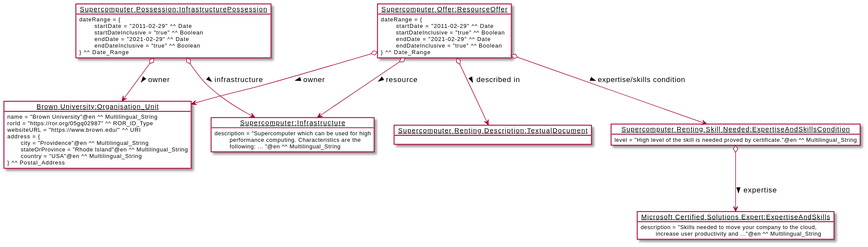
Above: UC3/example.svg in EuroCRIS/CERIF-Refactoring-ModelUseCases (PlantUML), before the change.
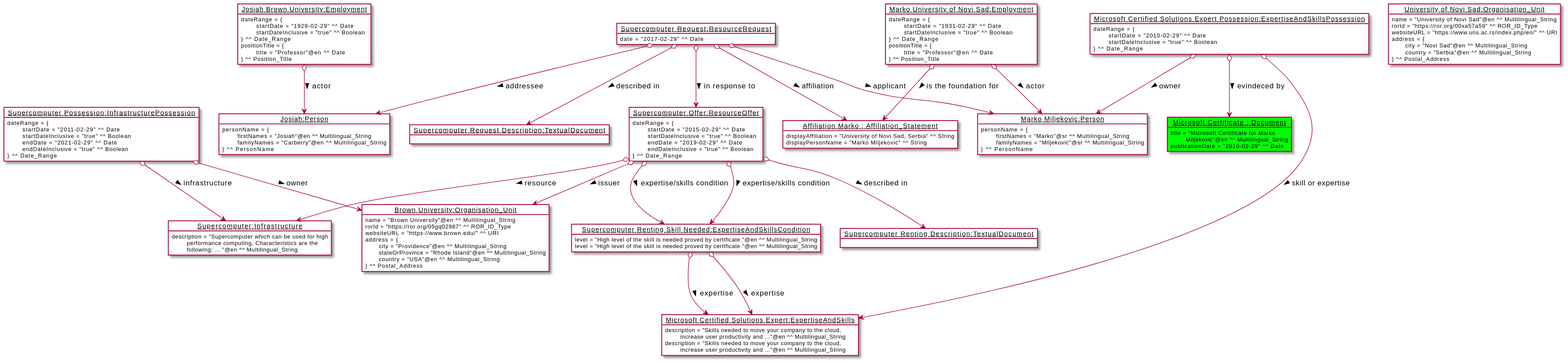
After the commit.

Diff of the diagram source:
```diff
@@ -10,26 +10,85 @@
 
     !endsub
 
-    !startsub institutions
+    !startsub agents
 
         object "<u>Brown University:Organisation_Unit</u>" as BrownUniversity #ffffff {
-                name = "Brown University"@en ^^ Multilingual_String
-                rorId = "https://ror.org/05gq02987" ^^ ROR_ID_Type
-                websiteURL = "https://www.brown.edu/" ^^ URI
-                address = {
-                \tcity = "Providence"@en ^^ Multilingual_String
-                \tstateOrProvince = "Rhode Island"@en ^^ Multilingual_String
-                \tcountry = "USA"@en ^^ Multilingual_String
-                } ^^ Postal_Address
+            name = "Brown University"@en ^^ Multilingual_String
+            rorId = "https://ror.org/05gq02987" ^^ ROR_ID_Type
+            websiteURL = "https://www.brown.edu/" ^^ URI
+            address = {
+            \tcity = "Providence"@en ^^ Multilingual_String
+            \tstateOrProvince = "Rhode Island"@en ^^ Multilingual_String
+            \tcountry = "USA"@en ^^ Multilingual_String
+            } ^^ Postal_Address
         }
 
+        object "<u>Josiah:Person</u>" as Josiah #ffffff {
+           personName = {
+           \t firstNames = "Josiah"@en ^^ Multilingual_String
+           \t familyNames = "Carberry"@en ^^ Multilingual_String
+           } ^^ PersonName
+        }
+
+        object "<u>Josiah Brown University:Employment</u>" as JosiahBrownUniversity #ffffff {
+            dateRange = {
+            \t startDate = "1929-02-29" ^^ Date
+            \t startDateInclusive = "true" ^^ Boolean
+            } ^^ Date_Range
+            positionTitle = {
+            \t title = "Professor"@en ^^ Date
+            } ^^ Position_Title
+        }
+
+        JosiahBrownUniversity o--> Josiah : actor >
+
+        object "<u>University of Novi Sad:Organisation_Unit</u>" as NoviSadUniversity #ffffff {
+            name = "University of Novi Sad"@en ^^ Multilingual_String
+            rorId = "https://ror.org/00xa57a59" ^^ ROR_ID_Type
+            websiteURL = "https://www.uns.ac.rs/index.php/en/" ^^ URI
+            address = {
+            \tcity = "Novi Sad"@en ^^ Multilingual_String
+            \tcountry = "Serbia"@en ^^ Multilingual_String
+            } ^^ Postal_Address
+        }
+
+        object "<u>Marko Miljekovic:Person</u>" as Marko #ffffff {
+           personName = {
+           \t firstNames = "Marko"@sr ^^ Multilingual_String
+           \t familyNames = "Miljeković"@sr ^^ Multilingual_String
+           } ^^ PersonName
+        }
+
+        object "<u>Marko University of Novi Sad:Employment</u>" as MarkoNoviSadUniversity #ffffff {
+            dateRange = {
+            \t startDate = "1931-02-29" ^^ Date
+            \t startDateInclusive = "true" ^^ Boolean
+            } ^^ Date_Range
+            positionTitle = {
+            \t title = "Professor"@en ^^ Date
+            } ^^ Position_Title
+        }
+
+        MarkoNoviSadUniversity o--> Marko : actor >
+
+        object "<u>Affiliation Marko : Affiliation_Statement</u>" as AffiliationMarko #ffffff {
+             displayAffiliation = "University of Novi Sad, Serbia" ^^ String
+             displayPersonName = "Marko Miljeković" ^^ String
+        }
+
+        MarkoNoviSadUniversity o--> AffiliationMarko : is the foundation for >
+
+    !endsub
+
+    !startsub resource
+
         object "<u>Supercomputer Possession:InfrastructurePossession</u>" as SupercomputerPossession #ffffff {
-                dateRange = {
-                \t startDate = "2011-02-29" ^^ Date
-                \t startDateInclusive = "true" ^^ Boolean
-                \t endDate = "2021-02-29" ^^ Date
-                \t endDateInclusive = "true" ^^ Boolean
-                } ^^ Date_Range
+            dateRange = {
+            \t startDate = "2011-02-29" ^^ Date
+            \t startDateInclusive = "true" ^^ Boolean
+            \t endDate = "2021-02-29" ^^ Date
+            \t endDateInclusive = "true" ^^ Boolean
+            } ^^ Date_Range
         }
 
         SupercomputerPossession o--> BrownUniversity : owner >
@@ -41,30 +100,17 @@
     !startsub resourceOffer
 
         object "<u>Supercomputer Offer:ResourceOffer</u>" as SupercomputerOffer #ffffff {
-                dateRange = {
-                \t startDate = "2011-02-29" ^^ Date
-                \t startDateInclusive = "true" ^^ Boolean
-                \t endDate = "2021-02-29" ^^ Date
-                \t endDateInclusive = "true" ^^ Boolean
-                } ^^ Date_Range
+            dateRange = {
+            \t startDate = "2015-02-29" ^^ Date
+            \t startDateInclusive = "true" ^^ Boolean
+            \t endDate = "2019-02-29" ^^ Date
+            \t endDateInclusive = "true" ^^ Boolean
+            } ^^ Date_Range
         }
 
-        SupercomputerOffer o--> BrownUniversity : owner >
+        SupercomputerOffer o--> BrownUniversity : issuer >
 
         SupercomputerOffer o--> Supercomputer : resource >
-
-        object "<u>Supercomputer Renting Skill Needed:ExpertiseAndSkillsCondition</u>" as SupercomputerRentingSkillNeeded #ffffff {
-                level = "High level of the skill is needed proved by certificate."@en ^^ Multilingual_String
-        }
-
-        SupercomputerOffer o--> SupercomputerRentingSkillNeeded : expertise/skills condition >
-
-        object "<u>Microsoft Certified Solutions Expert:ExpertiseAndSkills</u>" as MicrosoftCertifiedSolutionsExpert #ffffff {
-                description = "Skills needed to move your company to the cloud,
-                \t increase user productivity and ..."@en ^^ Multilingual_String
-        }
-
-        SupercomputerRentingSkillNeeded o--> MicrosoftCertifiedSolutionsExpert : expertise >
 
         object "<u>Supercomputer Renting Description:TextualDocument</u>" as SupercomputerRentingDescription #ffffff {
         }
@@ -75,7 +121,71 @@
 
     !startsub resourceRequest
 
+        object "<u>Supercomputer Request:ResourceRequest</u>" as SupercomputerRequest #ffffff {
+            date = "2017-02-29" ^^ Date
+        }
 
+        SupercomputerRequest o--> Marko : applicant >
+
+        SupercomputerRequest o--> AffiliationMarko : affiliation >
+
+        SupercomputerRequest o--> Josiah : addressee >
+
+        SupercomputerRequest o--> SupercomputerOffer : in response to >
+
+        object "<u>Supercomputer Renting Skill Needed:ExpertiseAndSkillsCondition</u>" as SupercomputerRentingSkillNeeded #ffffff {
+            level = "High level of the skill is needed proved by certificate."@en ^^ Multilingual_String
+        }
+
+        SupercomputerOffer o--> SupercomputerRentingSkillNeeded : expertise/skills condition >
+
+        object "<u>Microsoft Certified Solutions Expert:ExpertiseAndSkills</u>" as MicrosoftCertifiedSolutionsExpert #ffffff {
+            description = "Skills needed to move your company to the cloud,
+            \t increase user productivity and ..."@en ^^ Multilingual_String
+        }
+
+        SupercomputerRentingSkillNeeded o--> MicrosoftCertifiedSolutionsExpert : expertise >
+
+        object "<u>Supercomputer Request Description:TextualDocument</u>" as SupercomputerRequestDescription #ffffff {
+        }
+
+        SupercomputerRequest o--> SupercomputerRequestDescription : described in >
+
+    !endsub
+
+    !startsub skillsExpertise
+
+        object "<u>Microsoft Certified Solutions Expert:ExpertiseAndSkills</u>" as MicrosoftCertifiedSolutionsExpert #ffffff {
+            description = "Skills needed to move your company to the cloud,
+            \t increase user productivity and ..."@en ^^ Multilingual_String
+        }
+
+        object "<u>Supercomputer Renting Skill Needed:ExpertiseAndSkillsCondition</u>" as SupercomputerRentingSkillNeeded #ffffff {
+            level = "High level of the skill is needed proved by certificate."@en ^^ Multilingual_String
+        }
+
+        SupercomputerOffer o--> SupercomputerRentingSkillNeeded : expertise/skills condition >
+
+        SupercomputerRentingSkillNeeded o--> MicrosoftCertifiedSolutionsExpert : expertise >
+
+        object "<u>Microsoft Certified Solutions Expert Possession:ExpertiseAndSkillsPossession</u>" as MicrosoftCertifiedSolutionsExpertPossession #ffffff {
+            dateRange = {
+            \t startDate = "2010-02-29" ^^ Date
+            \t startDateInclusive = "true" ^^ Boolean
+            } ^^ Date_Range
+        }
+
+        object "<u>Microsoft Certificate : Document</u>" as MicrosoftCertificate #00ff00 {
+            title = "Microsoft Certificate for Marko
+            \t Miljeković"@en ^^ Multilingual_String
+            publicationDate = "2010-02-29" ^^ Date
+        }
+
+        MicrosoftCertifiedSolutionsExpertPossession o--> MicrosoftCertificate : evindeced by >
+
+        MicrosoftCertifiedSolutionsExpertPossession o--> Marko : owner >
+
+        MicrosoftCertifiedSolutionsExpertPossession o--> MicrosoftCertifiedSolutionsExpert : skill or expertise >
 
     !endsub
 
```
